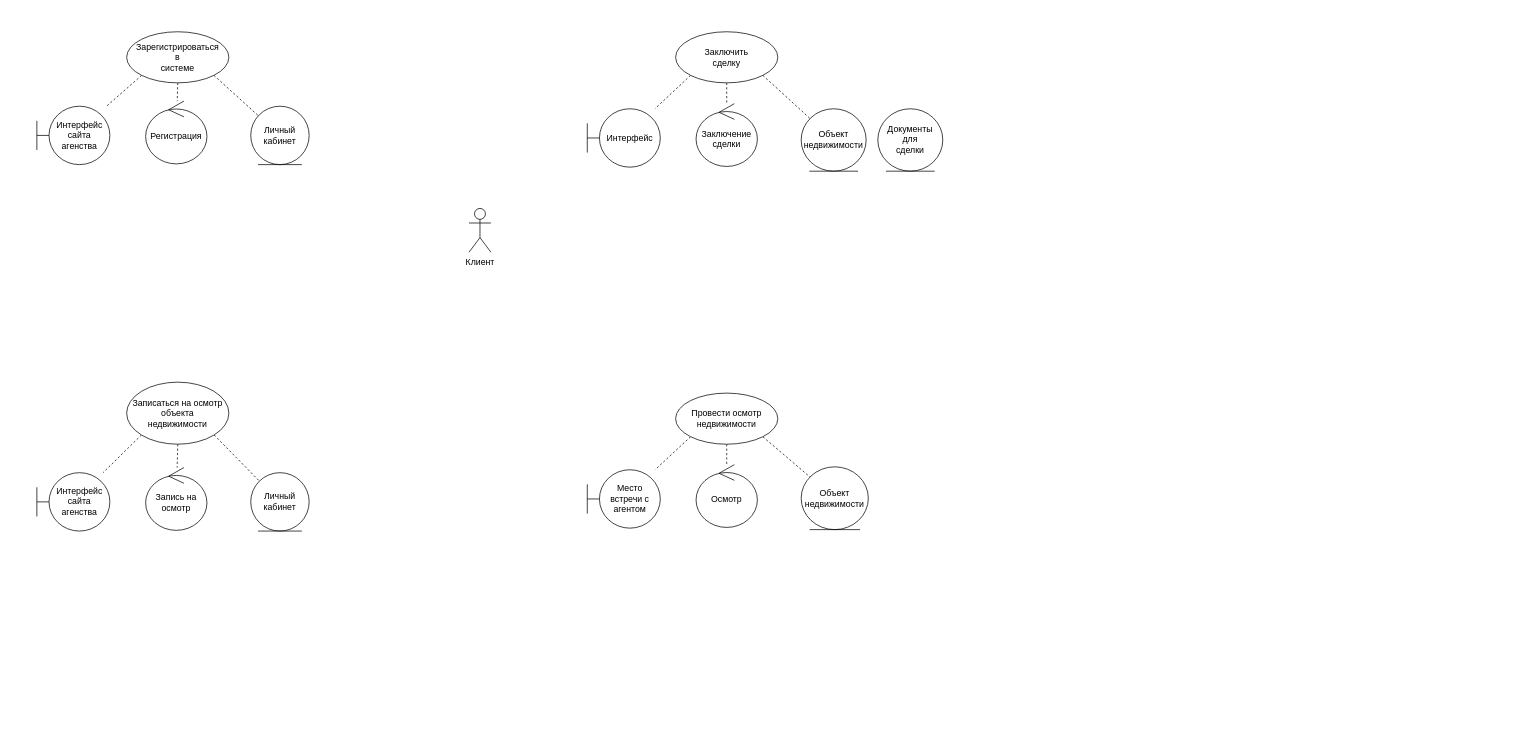
Earlier version of the draw.io diagram Диаграмма без названия.drawio (Shumila71/testProject). Source tidied: cells renumbered, new cells numbered last; positions are measured from the earlier drawing's top-left corner, leaving out a move shared by most shapes. Both pictures are drawn from the tidied source at 73%, with x=0, y=0 at pixel (36, 31).
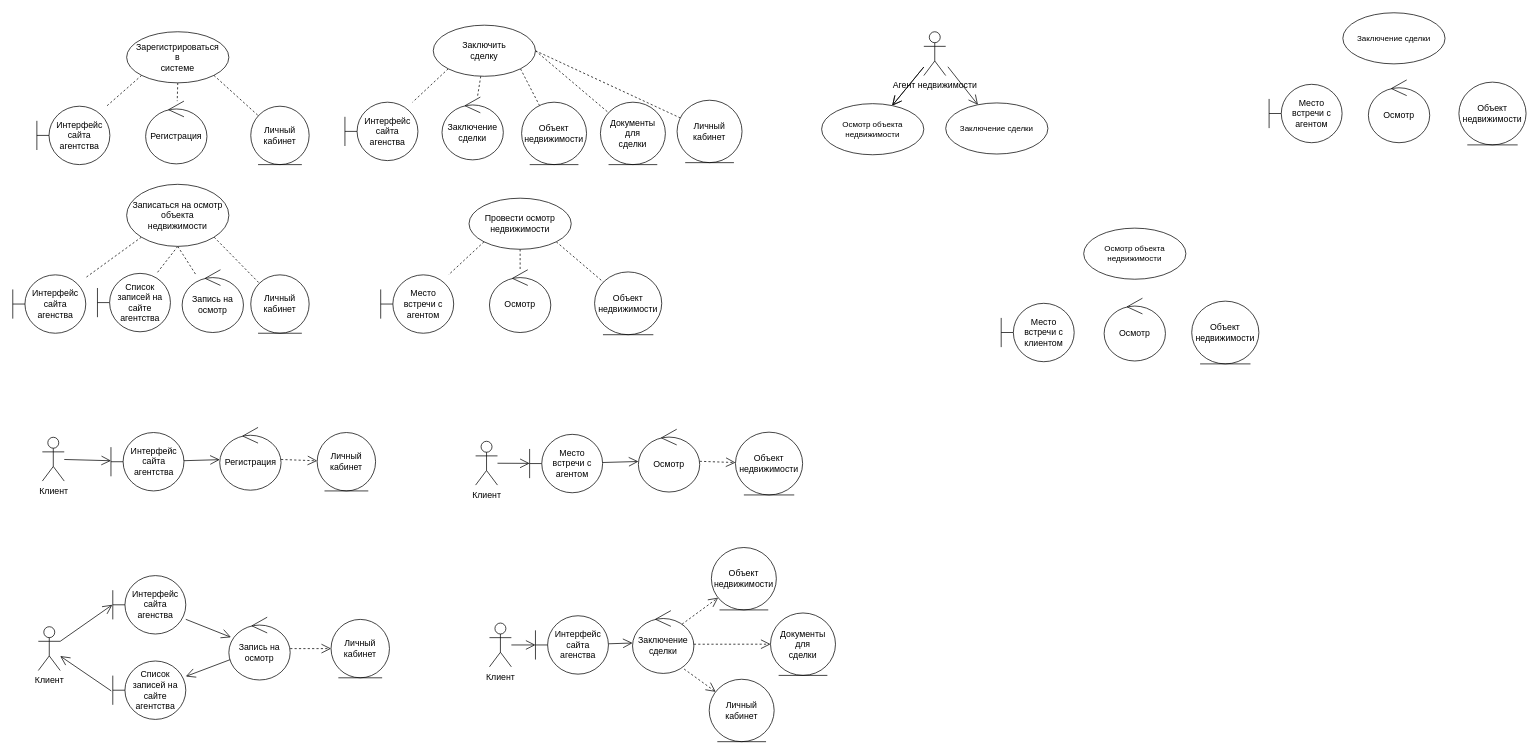
Above is the later version.

Diff of the diagram source:
```diff
@@
+    <mxCell id="32" style="edgeStyle=none;rounded=0;jettySize=auto;html=1;strokeColor=default;align=center;verticalAlign=middle;fontFamily=Helvetica;fontSize=11;fontColor=default;labelBackgroundColor=default;endArrow=open;endFill=0;strokeWidth=1;endSize=11;startSize=11;" parent="1" edge="1" source="2" target="39">
+      <mxGeometry relative="1" as="geometry" />
+    </mxCell>
     <mxCell id="2" value="Клиент" style="shape=umlActor;verticalLabelPosition=bottom;verticalAlign=top;html=1;outlineConnect=0;" parent="1" vertex="1">
-      <mxGeometry x="592" y="242" width="30" height="60" as="geometry" />
+      <mxGeometry x="7.5" y="555.5" width="30" height="60" as="geometry" />
     </mxCell>
-    <mxCell id="3" value="Интерфейс&lt;div&gt;сайта&lt;/div&gt;&lt;div&gt;агенства&lt;/div&gt;" style="shape=umlBoundary;whiteSpace=wrap;html=1;" parent="1" vertex="1">
+    <mxCell id="3" value="Интерфейс&lt;div&gt;сайта&lt;/div&gt;&lt;div&gt;агентства&lt;/div&gt;" style="shape=umlBoundary;whiteSpace=wrap;html=1;" parent="1" vertex="1">
       <mxGeometry y="102" width="100" height="80" as="geometry" />
     </mxCell>
@@
     <mxCell id="9" value="Провести осмотр&lt;div&gt;недвижимости&lt;/div&gt;" style="ellipse;whiteSpace=wrap;html=1;" parent="1" vertex="1">
-      <mxGeometry x="875" y="495" width="140" height="70" as="geometry" />
+      <mxGeometry x="592" y="228" width="140" height="70" as="geometry" />
     </mxCell>
@@
+    <mxCell id="33" style="edgeStyle=none;rounded=0;jettySize=auto;html=1;exitX=0.5;exitY=1;exitDx=0;exitDy=0;dashed=1;strokeColor=default;align=center;verticalAlign=middle;fontFamily=Helvetica;fontSize=11;fontColor=default;labelBackgroundColor=default;endArrow=none;endFill=0;" parent="1" edge="1" source="13" target="36">
+      <mxGeometry relative="1" as="geometry" />
+    </mxCell>
     <mxCell id="13" value="Записаться на осмотр&lt;div&gt;объекта&lt;/div&gt;&lt;div&gt;недвижимости&lt;/div&gt;" style="ellipse;whiteSpace=wrap;html=1;" parent="1" vertex="1">
-      <mxGeometry x="123" y="480" width="140" height="85" as="geometry" />
+      <mxGeometry x="123" y="209" width="140" height="85" as="geometry" />
     </mxCell>
@@
+    <mxCell id="34" style="edgeStyle=none;rounded=0;jettySize=auto;html=1;exitX=1;exitY=0.5;exitDx=0;exitDy=0;dashed=1;strokeColor=default;align=center;verticalAlign=middle;fontFamily=Helvetica;fontSize=11;fontColor=default;labelBackgroundColor=default;endArrow=none;endFill=0;" parent="1" edge="1" source="17" target="31">
+      <mxGeometry relative="1" as="geometry" />
+    </mxCell>
+    <mxCell id="35" style="edgeStyle=none;rounded=0;jettySize=auto;html=1;exitX=1;exitY=0.5;exitDx=0;exitDy=0;dashed=1;strokeColor=default;align=center;verticalAlign=middle;fontFamily=Helvetica;fontSize=11;fontColor=default;labelBackgroundColor=default;endArrow=none;endFill=0;" parent="1" edge="1" source="17" target="37">
+      <mxGeometry relative="1" as="geometry" />
+    </mxCell>
     <mxCell id="17" value="Заключить&lt;div&gt;сделку&lt;/div&gt;" style="ellipse;whiteSpace=wrap;html=1;" parent="1" vertex="1">
-      <mxGeometry x="875" width="140" height="70" as="geometry" />
+      <mxGeometry x="543" y="-9" width="140" height="70" as="geometry" />
     </mxCell>
@@
     <mxCell id="22" value="Интерфейс&lt;div&gt;сайта&lt;/div&gt;&lt;div&gt;агенства&lt;/div&gt;" style="shape=umlBoundary;whiteSpace=wrap;html=1;" parent="1" vertex="1">
-      <mxGeometry y="604" width="100" height="80" as="geometry" />
+      <mxGeometry x="-33" y="333" width="100" height="80" as="geometry" />
     </mxCell>
     <mxCell id="23" value="Личный кабинет" style="ellipse;shape=umlEntity;whiteSpace=wrap;html=1;" parent="1" vertex="1">
-      <mxGeometry x="293" y="604" width="80" height="80" as="geometry" />
+      <mxGeometry x="293" y="333" width="80" height="80" as="geometry" />
     </mxCell>
     <mxCell id="24" value="Запись на&lt;div&gt;осмотр&lt;/div&gt;" style="ellipse;shape=umlControl;whiteSpace=wrap;html=1;" parent="1" vertex="1">
-      <mxGeometry x="149" y="597" width="84" height="86" as="geometry" />
+      <mxGeometry x="199" y="326" width="84" height="86" as="geometry" />
     </mxCell>
-    <mxCell id="25" value="Интерфейс" style="shape=umlBoundary;whiteSpace=wrap;html=1;" parent="1" vertex="1">
-      <mxGeometry x="754" y="105.5" width="100" height="80" as="geometry" />
+    <mxCell id="25" value="Интерфейс&lt;div&gt;сайта&lt;/div&gt;&lt;div&gt;агенства&lt;/div&gt;" style="shape=umlBoundary;whiteSpace=wrap;html=1;" parent="1" vertex="1">
+      <mxGeometry x="422" y="96.5" width="100" height="80" as="geometry" />
     </mxCell>
     <mxCell id="26" value="Объект недвижимости" style="ellipse;shape=umlEntity;whiteSpace=wrap;html=1;" parent="1" vertex="1">
-      <mxGeometry x="1047" y="105.5" width="89" height="85.5" as="geometry" />
+      <mxGeometry x="664" y="96.5" width="89" height="85.5" as="geometry" />
     </mxCell>
     <mxCell id="27" value="Заключение&lt;div&gt;сделки&lt;/div&gt;" style="ellipse;shape=umlControl;whiteSpace=wrap;html=1;" parent="1" vertex="1">
-      <mxGeometry x="903" y="98.5" width="84" height="86" as="geometry" />
+      <mxGeometry x="555" y="89.5" width="84" height="86" as="geometry" />
     </mxCell>
     <mxCell id="28" value="Место встречи с агентом" style="shape=umlBoundary;whiteSpace=wrap;html=1;" parent="1" vertex="1">
-      <mxGeometry x="754" y="600" width="100" height="80" as="geometry" />
+      <mxGeometry x="471" y="333" width="100" height="80" as="geometry" />
     </mxCell>
     <mxCell id="29" value="Объект&lt;div&gt;недвижимости&lt;/div&gt;" style="ellipse;shape=umlEntity;whiteSpace=wrap;html=1;" parent="1" vertex="1">
-      <mxGeometry x="1047" y="596" width="92" height="86" as="geometry" />
+      <mxGeometry x="764" y="329" width="92" height="86" as="geometry" />
     </mxCell>
     <mxCell id="30" value="Осмотр" style="ellipse;shape=umlControl;whiteSpace=wrap;html=1;" parent="1" vertex="1">
-      <mxGeometry x="903" y="593" width="84" height="86" as="geometry" />
+      <mxGeometry x="620" y="326" width="84" height="86" as="geometry" />
     </mxCell>
     <mxCell id="31" value="Документы&lt;div&gt;для&lt;/div&gt;&lt;div&gt;сделки&lt;/div&gt;" style="ellipse;shape=umlEntity;whiteSpace=wrap;html=1;" parent="1" vertex="1">
-      <mxGeometry x="1152" y="105.5" width="89" height="85.5" as="geometry" />
+      <mxGeometry x="772" y="96.5" width="89" height="85.5" as="geometry" />
     </mxCell>
+    <mxCell id="36" value="Список записей на сайте&lt;div&gt;агентства&lt;/div&gt;" style="shape=umlBoundary;whiteSpace=wrap;html=1;" parent="1" vertex="1">
+      <mxGeometry x="83" y="331" width="100" height="80" as="geometry" />
+    </mxCell>
+    <mxCell id="37" value="Личный кабинет" style="ellipse;shape=umlEntity;whiteSpace=wrap;html=1;" parent="1" vertex="1">
+      <mxGeometry x="877" y="93.8" width="89" height="85.5" as="geometry" />
+    </mxCell>
+    <mxCell id="38" style="edgeStyle=none;rounded=0;jettySize=auto;html=1;strokeColor=default;strokeWidth=1;align=center;verticalAlign=middle;fontFamily=Helvetica;fontSize=11;fontColor=default;labelBackgroundColor=default;startSize=11;endArrow=open;endFill=0;endSize=11;" parent="1" edge="1" source="39" target="42">
+      <mxGeometry relative="1" as="geometry" />
+    </mxCell>
+    <mxCell id="39" value="Интерфейс&lt;div&gt;сайта&lt;/div&gt;&lt;div&gt;агентства&lt;/div&gt;" style="shape=umlBoundary;whiteSpace=wrap;html=1;" parent="1" vertex="1">
+      <mxGeometry x="101.5" y="549" width="100" height="80" as="geometry" />
+    </mxCell>
+    <mxCell id="40" value="Личный кабинет" style="ellipse;shape=umlEntity;whiteSpace=wrap;html=1;" parent="1" vertex="1">
+      <mxGeometry x="384" y="549" width="80" height="80" as="geometry" />
+    </mxCell>
+    <mxCell id="41" style="edgeStyle=none;rounded=0;jettySize=auto;html=1;strokeColor=default;strokeWidth=1;align=center;verticalAlign=middle;fontFamily=Helvetica;fontSize=11;fontColor=default;labelBackgroundColor=default;startSize=11;endArrow=open;endFill=0;endSize=11;dashed=1;" parent="1" edge="1" source="42" target="40">
+      <mxGeometry relative="1" as="geometry" />
+    </mxCell>
+    <mxCell id="42" value="Регистрация" style="ellipse;shape=umlControl;whiteSpace=wrap;html=1;" parent="1" vertex="1">
+      <mxGeometry x="250.5" y="542" width="84" height="86" as="geometry" />
+    </mxCell>
+    <mxCell id="43" value="Клиент" style="shape=umlActor;verticalLabelPosition=bottom;verticalAlign=top;html=1;outlineConnect=0;" parent="1" vertex="1">
+      <mxGeometry x="2" y="815" width="30" height="60" as="geometry" />
+    </mxCell>
+    <mxCell id="44" style="edgeStyle=none;rounded=0;jettySize=auto;html=1;strokeColor=default;strokeWidth=1;align=center;verticalAlign=middle;fontFamily=Helvetica;fontSize=11;fontColor=default;labelBackgroundColor=default;startSize=11;endArrow=open;endFill=0;endSize=11;" parent="1" edge="1" source="45" target="49">
+      <mxGeometry relative="1" as="geometry" />
+    </mxCell>
+    <mxCell id="45" value="Интерфейс&lt;div&gt;сайта&lt;/div&gt;&lt;div&gt;агенства&lt;/div&gt;" style="shape=umlBoundary;whiteSpace=wrap;html=1;" parent="1" vertex="1">
+      <mxGeometry x="104" y="745" width="100" height="80" as="geometry" />
+    </mxCell>
+    <mxCell id="46" value="Личный кабинет" style="ellipse;shape=umlEntity;whiteSpace=wrap;html=1;" parent="1" vertex="1">
+      <mxGeometry x="403" y="805" width="80" height="80" as="geometry" />
+    </mxCell>
+    <mxCell id="47" style="edgeStyle=none;rounded=0;jettySize=auto;html=1;strokeColor=default;strokeWidth=1;align=center;verticalAlign=middle;fontFamily=Helvetica;fontSize=11;fontColor=default;labelBackgroundColor=default;startSize=11;endArrow=open;endFill=0;endSize=11;dashed=1;" parent="1" edge="1" source="49" target="46">
+      <mxGeometry relative="1" as="geometry" />
+    </mxCell>
+    <mxCell id="48" style="edgeStyle=none;rounded=0;jettySize=auto;html=1;strokeColor=default;strokeWidth=1;align=center;verticalAlign=middle;fontFamily=Helvetica;fontSize=11;fontColor=default;labelBackgroundColor=default;startSize=11;endArrow=open;endFill=0;endSize=11;" parent="1" edge="1" source="49" target="51">
+      <mxGeometry relative="1" as="geometry" />
+    </mxCell>
+    <mxCell id="49" value="Запись на&lt;div&gt;осмотр&lt;/div&gt;" style="ellipse;shape=umlControl;whiteSpace=wrap;html=1;" parent="1" vertex="1">
+      <mxGeometry x="263" y="802" width="84" height="86" as="geometry" />
+    </mxCell>
+    <mxCell id="50" style="edgeStyle=none;rounded=0;jettySize=auto;html=1;strokeColor=default;strokeWidth=1;align=center;verticalAlign=middle;fontFamily=Helvetica;fontSize=11;fontColor=default;labelBackgroundColor=default;startSize=11;endArrow=open;endFill=0;endSize=11;exitX=-0.021;exitY=0.512;exitDx=0;exitDy=0;exitPerimeter=0;" parent="1" edge="1" source="51" target="43">
+      <mxGeometry relative="1" as="geometry" />
+    </mxCell>
+    <mxCell id="51" value="Список записей на сайте&lt;div&gt;агентства&lt;/div&gt;" style="shape=umlBoundary;whiteSpace=wrap;html=1;" parent="1" vertex="1">
+      <mxGeometry x="104" y="862" width="100" height="80" as="geometry" />
+    </mxCell>
+    <mxCell id="52" style="edgeStyle=none;rounded=0;jettySize=auto;html=1;exitX=1;exitY=0.3333333333333333;exitDx=0;exitDy=0;exitPerimeter=0;entryX=-0.006;entryY=0.5;entryDx=0;entryDy=0;entryPerimeter=0;strokeColor=default;strokeWidth=1;align=center;verticalAlign=middle;fontFamily=Helvetica;fontSize=11;fontColor=default;labelBackgroundColor=default;startSize=11;endArrow=open;endFill=0;endSize=11;" parent="1" edge="1" source="43" target="45">
+      <mxGeometry relative="1" as="geometry" />
+    </mxCell>
+    <mxCell id="53" style="edgeStyle=none;rounded=0;jettySize=auto;html=1;strokeColor=default;strokeWidth=1;align=center;verticalAlign=middle;fontFamily=Helvetica;fontSize=11;fontColor=default;labelBackgroundColor=default;startSize=11;endArrow=open;endFill=0;endSize=11;" parent="1" edge="1" source="54" target="56">
+      <mxGeometry relative="1" as="geometry" />
+    </mxCell>
+    <mxCell id="54" value="Клиент" style="shape=umlActor;verticalLabelPosition=bottom;verticalAlign=top;html=1;outlineConnect=0;" parent="1" vertex="1">
+      <mxGeometry x="601" y="561" width="30" height="60" as="geometry" />
+    </mxCell>
+    <mxCell id="55" style="edgeStyle=none;rounded=0;jettySize=auto;html=1;strokeColor=default;strokeWidth=1;align=center;verticalAlign=middle;fontFamily=Helvetica;fontSize=11;fontColor=default;labelBackgroundColor=default;startSize=11;endArrow=open;endFill=0;endSize=11;" parent="1" edge="1" source="56" target="59">
+      <mxGeometry relative="1" as="geometry" />
+    </mxCell>
+    <mxCell id="56" value="Место встречи с агентом" style="shape=umlBoundary;whiteSpace=wrap;html=1;" parent="1" vertex="1">
+      <mxGeometry x="675" y="551.5" width="100" height="80" as="geometry" />
+    </mxCell>
+    <mxCell id="57" value="Объект&lt;div&gt;недвижимости&lt;/div&gt;" style="ellipse;shape=umlEntity;whiteSpace=wrap;html=1;" parent="1" vertex="1">
+      <mxGeometry x="957" y="548.5" width="92" height="86" as="geometry" />
+    </mxCell>
+    <mxCell id="58" style="edgeStyle=none;rounded=0;jettySize=auto;html=1;strokeColor=default;strokeWidth=1;align=center;verticalAlign=middle;fontFamily=Helvetica;fontSize=11;fontColor=default;labelBackgroundColor=default;startSize=11;endArrow=open;endFill=0;endSize=11;dashed=1;" parent="1" edge="1" source="59" target="57">
+      <mxGeometry relative="1" as="geometry" />
+    </mxCell>
+    <mxCell id="59" value="Осмотр" style="ellipse;shape=umlControl;whiteSpace=wrap;html=1;" parent="1" vertex="1">
+      <mxGeometry x="824" y="544.5" width="84" height="86" as="geometry" />
+    </mxCell>
+    <mxCell id="60" style="edgeStyle=none;rounded=0;jettySize=auto;html=1;strokeColor=default;strokeWidth=1;align=center;verticalAlign=middle;fontFamily=Helvetica;fontSize=11;fontColor=default;labelBackgroundColor=default;startSize=11;endArrow=open;endFill=0;endSize=11;" parent="1" edge="1" source="61" target="63">
+      <mxGeometry relative="1" as="geometry" />
+    </mxCell>
+    <mxCell id="61" value="Интерфейс&lt;div&gt;сайта&lt;/div&gt;&lt;div&gt;агенства&lt;/div&gt;" style="shape=umlBoundary;whiteSpace=wrap;html=1;" parent="1" vertex="1">
+      <mxGeometry x="683" y="800" width="100" height="80" as="geometry" />
+    </mxCell>
+    <mxCell id="62" value="Объект недвижимости" style="ellipse;shape=umlEntity;whiteSpace=wrap;html=1;" parent="1" vertex="1">
+      <mxGeometry x="924" y="706.5" width="89" height="85.5" as="geometry" />
+    </mxCell>
+    <mxCell id="63" value="Заключение&lt;div&gt;сделки&lt;/div&gt;" style="ellipse;shape=umlControl;whiteSpace=wrap;html=1;" parent="1" vertex="1">
+      <mxGeometry x="816" y="793" width="84" height="86" as="geometry" />
+    </mxCell>
+    <mxCell id="64" value="Документы&lt;div&gt;для&lt;/div&gt;&lt;div&gt;сделки&lt;/div&gt;" style="ellipse;shape=umlEntity;whiteSpace=wrap;html=1;" parent="1" vertex="1">
+      <mxGeometry x="1005" y="796.2" width="89" height="85.5" as="geometry" />
+    </mxCell>
+    <mxCell id="65" value="Личный кабинет" style="ellipse;shape=umlEntity;whiteSpace=wrap;html=1;" parent="1" vertex="1">
+      <mxGeometry x="921" y="887" width="89" height="85.5" as="geometry" />
+    </mxCell>
+    <mxCell id="66" style="edgeStyle=none;rounded=0;jettySize=auto;html=1;strokeColor=default;strokeWidth=1;align=center;verticalAlign=middle;fontFamily=Helvetica;fontSize=11;fontColor=default;labelBackgroundColor=default;startSize=11;endArrow=open;endFill=0;endSize=11;" parent="1" edge="1" source="67" target="61">
+      <mxGeometry relative="1" as="geometry" />
+    </mxCell>
+    <mxCell id="67" value="Клиент" style="shape=umlActor;verticalLabelPosition=bottom;verticalAlign=top;html=1;outlineConnect=0;" parent="1" vertex="1">
+      <mxGeometry x="620" y="810" width="30" height="60" as="geometry" />
+    </mxCell>
+    <mxCell id="68" style="edgeStyle=none;rounded=0;jettySize=auto;html=1;strokeColor=default;strokeWidth=1;align=center;verticalAlign=middle;fontFamily=Helvetica;fontSize=11;fontColor=default;labelBackgroundColor=default;startSize=11;endArrow=open;endFill=0;endSize=11;dashed=1;" parent="1" edge="1" target="64">
+      <mxGeometry relative="1" as="geometry">
+        <mxPoint x="900" y="839" as="sourcePoint" />
+      </mxGeometry>
+    </mxCell>
+    <mxCell id="69" style="edgeStyle=none;rounded=0;jettySize=auto;html=1;strokeColor=default;strokeWidth=1;align=center;verticalAlign=middle;fontFamily=Helvetica;fontSize=11;fontColor=default;labelBackgroundColor=default;startSize=11;endArrow=open;endFill=0;endSize=11;dashed=1;exitX=0.807;exitY=0.216;exitDx=0;exitDy=0;exitPerimeter=0;" parent="1" edge="1" source="63" target="62">
+      <mxGeometry relative="1" as="geometry" />
+    </mxCell>
+    <mxCell id="70" style="edgeStyle=none;rounded=0;jettySize=auto;html=1;strokeColor=default;strokeWidth=1;align=center;verticalAlign=middle;fontFamily=Helvetica;fontSize=11;fontColor=default;labelBackgroundColor=default;startSize=11;endArrow=open;endFill=0;endSize=11;dashed=1;exitX=0.841;exitY=0.93;exitDx=0;exitDy=0;exitPerimeter=0;" parent="1" edge="1" source="63" target="65">
+      <mxGeometry relative="1" as="geometry" />
+    </mxCell>
+    <mxCell id="71" style="edgeStyle=none;rounded=0;jettySize=auto;html=1;strokeColor=default;strokeWidth=1;align=center;verticalAlign=middle;fontFamily=Helvetica;fontSize=11;fontColor=default;labelBackgroundColor=default;startSize=11;endArrow=open;endFill=0;endSize=11;" parent="1" edge="1" source="73" target="75">
+      <mxGeometry relative="1" as="geometry" />
+    </mxCell>
+    <mxCell id="72" style="edgeStyle=none;rounded=0;jettySize=auto;html=1;strokeColor=default;strokeWidth=1;align=center;verticalAlign=middle;fontFamily=Helvetica;fontSize=11;fontColor=default;labelBackgroundColor=default;startSize=11;endArrow=open;endFill=0;endSize=11;" parent="1" edge="1" source="73" target="75">
+      <mxGeometry relative="1" as="geometry" />
+    </mxCell>
+    <mxCell id="73" value="Агент недвижимости" style="shape=umlActor;verticalLabelPosition=bottom;verticalAlign=top;html=1;outlineConnect=0;" parent="1" vertex="1">
+      <mxGeometry x="1215" width="30" height="60" as="geometry" />
+    </mxCell>
+    <mxCell id="74" value="Заключение сделки" style="ellipse;whiteSpace=wrap;html=1;fontFamily=Helvetica;fontSize=11;fontColor=default;labelBackgroundColor=default;" parent="1" vertex="1">
+      <mxGeometry x="1245" y="97.5" width="140" height="70" as="geometry" />
+    </mxCell>
+    <mxCell id="75" value="Осмотр объекта&lt;div&gt;недвижимости&lt;/div&gt;" style="ellipse;whiteSpace=wrap;html=1;fontFamily=Helvetica;fontSize=11;fontColor=default;labelBackgroundColor=default;" parent="1" vertex="1">
+      <mxGeometry x="1075" y="98.5" width="140" height="70" as="geometry" />
+    </mxCell>
+    <mxCell id="76" style="edgeStyle=none;rounded=0;jettySize=auto;html=1;strokeColor=default;strokeWidth=1;align=center;verticalAlign=middle;fontFamily=Helvetica;fontSize=11;fontColor=default;labelBackgroundColor=default;startSize=11;endArrow=open;endFill=0;endSize=11;" parent="1" edge="1" target="74">
+      <mxGeometry relative="1" as="geometry">
+        <mxPoint x="1248" y="48" as="sourcePoint" />
+      </mxGeometry>
+    </mxCell>
+    <mxCell id="77" value="Осмотр объекта&lt;div&gt;недвижимости&lt;/div&gt;" style="ellipse;whiteSpace=wrap;html=1;fontFamily=Helvetica;fontSize=11;fontColor=default;labelBackgroundColor=default;" parent="1" vertex="1">
+      <mxGeometry x="1434" y="269" width="140" height="70" as="geometry" />
+    </mxCell>
+    <mxCell id="78" value="Заключение сделки" style="ellipse;whiteSpace=wrap;html=1;fontFamily=Helvetica;fontSize=11;fontColor=default;labelBackgroundColor=default;" parent="1" vertex="1">
+      <mxGeometry x="1789" y="-26" width="140" height="70" as="geometry" />
+    </mxCell>
+    <mxCell id="79" value="Место встречи с клиентом" style="shape=umlBoundary;whiteSpace=wrap;html=1;" parent="1" vertex="1">
+      <mxGeometry x="1321" y="372" width="100" height="80" as="geometry" />
+    </mxCell>
+    <mxCell id="80" value="Объект&lt;div&gt;недвижимости&lt;/div&gt;" style="ellipse;shape=umlEntity;whiteSpace=wrap;html=1;" parent="1" vertex="1">
+      <mxGeometry x="1582" y="369" width="92" height="86" as="geometry" />
+    </mxCell>
+    <mxCell id="81" value="Осмотр" style="ellipse;shape=umlControl;whiteSpace=wrap;html=1;" parent="1" vertex="1">
+      <mxGeometry x="1462" y="365" width="84" height="86" as="geometry" />
+    </mxCell>
+    <mxCell id="82" value="Место встречи с агентом" style="shape=umlBoundary;whiteSpace=wrap;html=1;" parent="1" vertex="1">
+      <mxGeometry x="1688" y="72" width="100" height="80" as="geometry" />
+    </mxCell>
+    <mxCell id="83" value="Объект&lt;div&gt;недвижимости&lt;/div&gt;" style="ellipse;shape=umlEntity;whiteSpace=wrap;html=1;" parent="1" vertex="1">
+      <mxGeometry x="1948" y="69" width="92" height="86" as="geometry" />
+    </mxCell>
+    <mxCell id="84" value="Осмотр" style="ellipse;shape=umlControl;whiteSpace=wrap;html=1;" parent="1" vertex="1">
+      <mxGeometry x="1824" y="66" width="84" height="86" as="geometry" />
+    </mxCell>
```
